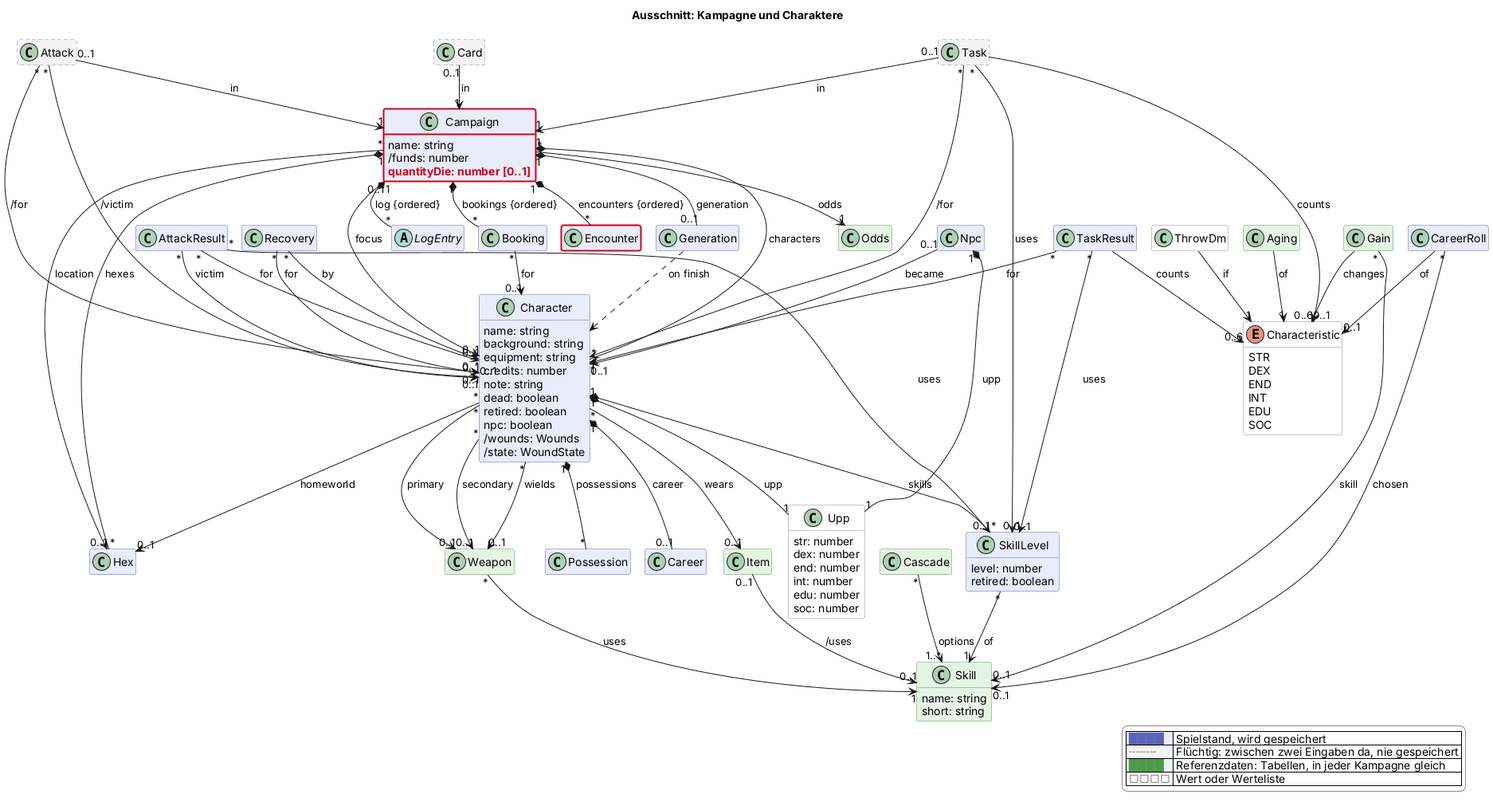
Before: docs/views/kampagne.png, a diagram exported from PlantUML (scuzzar/SRE).
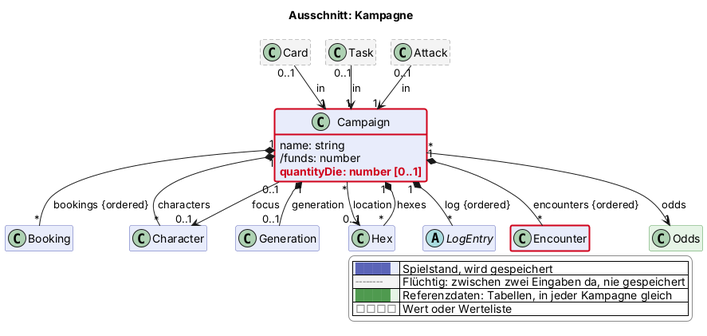
Above is the later version.

Diff of the diagram source:
```diff
@@ -29,7 +29,7 @@
 !return ""
 !endfunction
 !pragma layout smetana
-title Ausschnitt: Kampagne und Charaktere
+title Ausschnitt: Kampagne
 hide empty members
 hide methods
 skinparam classAttributeIconSize 0
@@ -66,35 +66,9 @@
     $new("2026-11-06", "quantityDie: number [0..1]")
   }
   class Booking $shop
-  class Character $kampagne {
-    name: string
-    background: string
-    equipment: string
-    credits: number
-    note: string
-    dead: boolean
-    retired: boolean
-    npc: boolean
-    /wounds: Wounds
-    /state: WoundState
-  }
-  class Upp <<value>> $kampagne {
-    str: number
-    dex: number
-    end: number
-    int: number
-    edu: number
-    soc: number
-  }
-  class SkillLevel $kampagne {
-    level: number
-    retired: boolean
-  }
-  class Possession $shop
+  class Character $charakter
 
   class Generation $erschaffung
-  class Career $erschaffung
-  class CareerRoll $erschaffung
 
   class Hex $sektor
 
@@ -102,32 +76,10 @@
 
   class Card <<transient>> $karte
   class Task <<transient>> $probe
-  class TaskResult $probe
   class Attack <<transient>> $kampf
-  class AttackResult $kampf
-  class Recovery $kampf
   class Encounter $begegnung
-  class Npc $begegnung
 
   class Odds <<reference>> $karte
-  class Skill <<reference>> $kampagne {
-    name: string
-    short: string
-  }
-  class ThrowDm <<value>> $erschaffung
-  class Gain <<reference>> $erschaffung
-  class Item <<reference>> $shop
-  class Weapon <<reference>> $kampf
-  class Cascade <<reference>> $erschaffung
-  class Aging <<reference>> $erschaffung
-  enum Characteristic <<value>> $kampagne {
-    STR
-    DEX
-    END
-    INT
-    EDU
-    SOC
-  }
 
 Campaign "1" *-- "*" Character : characters
 Campaign "*" --> "1" Odds : odds
@@ -135,56 +87,20 @@
 Campaign "1" *-- "*" LogEntry : log {ordered}
 Campaign "*" --> "0..1" Hex : location
 Campaign "1" *-- "*" Booking : bookings {ordered}
-Booking "*" --> "0..1" Character : for
 
 Campaign "1" *-- "0..1" Generation : generation
-Generation ..> Character : on finish
-Character "1" *-- "0..1" Career : career
-Character "*" --> "0..1" Hex : homeworld
-CareerRoll --> "0..1" Characteristic : of
-CareerRoll "*" --> "0..1" Skill : chosen
 
-ThrowDm --> "1" Characteristic : if
-Gain "*" --> "0..1" Skill : skill
-Gain --> "0..1" Characteristic : changes
-Cascade "*" --> "1..*" Skill : options
-Aging --> "1" Characteristic : of
 
 Campaign "1" *-- "*" Hex : hexes
 
-Character "1" *-- "1" Upp : upp
-Character "1" *-- "*" SkillLevel : skills
-SkillLevel "*" --> "1" Skill : of
-Character "1" *-- "*" Possession : possessions
-Item "0..1" --> "0..1" Skill : /uses
-Character "*" --> "0..1" Weapon : wields
-Character "*" --> "0..1" Weapon : primary
-Character "*" --> "0..1" Weapon : secondary
 
-Weapon "*" --> "1" Skill : uses
 
-Recovery "*" --> "0..1" Character : for
-Recovery "*" --> "0..1" Character : by
-TaskResult "*" --> "1" Character : for
-TaskResult "*" --> "0..1" SkillLevel : uses
-TaskResult --> "0..6" Characteristic : counts
 
 Task "0..1" --> "1" Campaign : in
-Task "*" --> "1" Character : /for
-Task "*" --> "0..1" SkillLevel : uses
-Task --> "0..6" Characteristic : counts
 
 Attack "0..1" --> "1" Campaign : in
-Attack "*" --> "0..1" Character : /for
-Attack "*" --> "0..1" Character : /victim
-AttackResult "*" --> "0..1" Character : for
-AttackResult "*" --> "0..1" Character : victim
-AttackResult "*" --> "0..1" SkillLevel : uses
 
 Campaign "1" *-- "*" Encounter : encounters {ordered}
-Npc "1" *-- "1" Upp : upp
-Npc "0..1" --> "0..1" Character : became
-Character "*" --> "0..1" Item : wears
 
 Card "0..1" --> "1" Campaign : in
 
```
